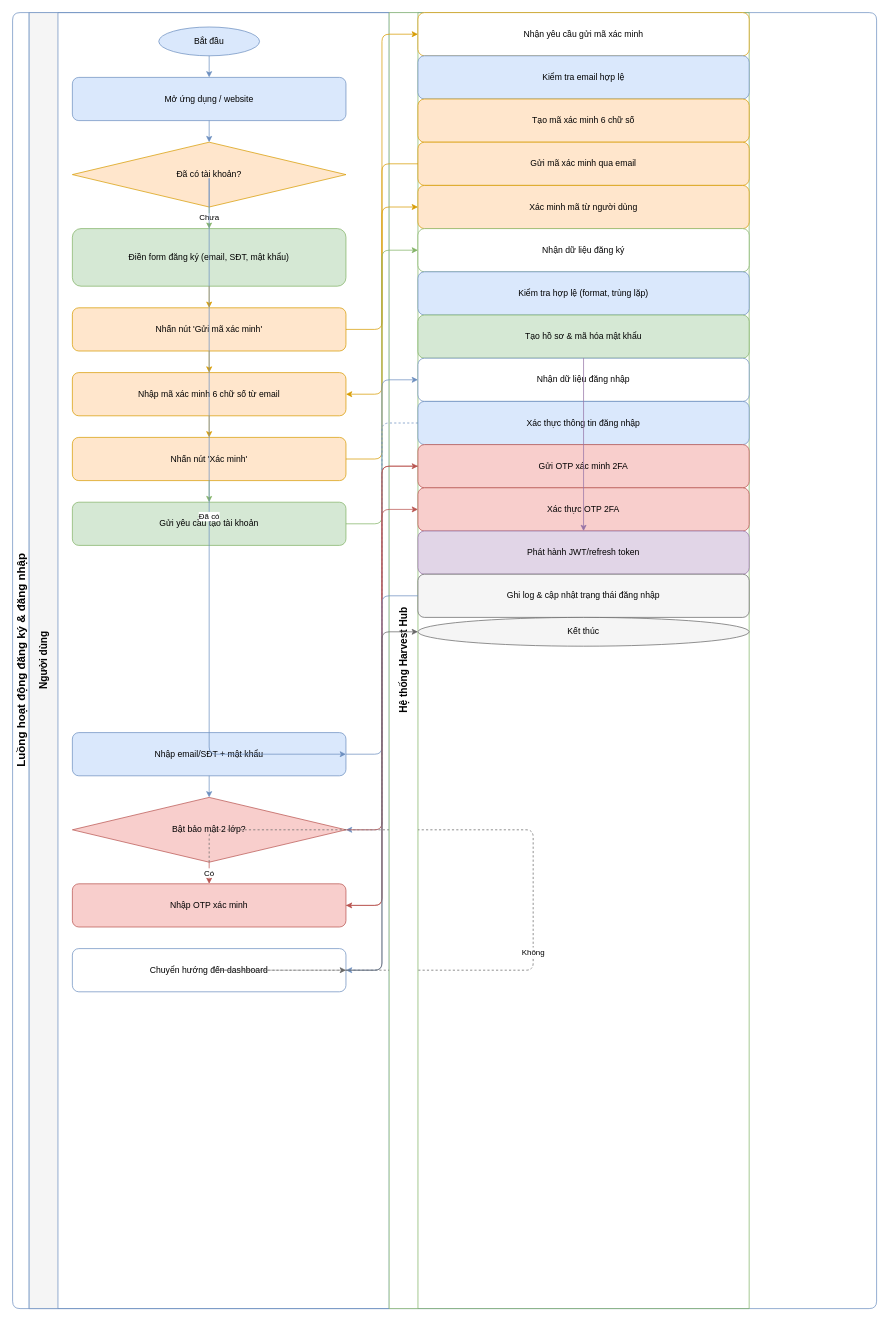
Before: so_do/bieu_do_hoat_dong_dangky_dangnhap.drawio in doanquanghung2003/harvest-hub-backend, a draw.io diagram. Source tidied: cells renumbered, new cells numbered last; positions are measured from the earlier drawing's top-left corner, leaving out a move shared by most shapes. Both pictures are drawn from the tidied source at 72%, with x=0, y=0 at pixel (12, 12).
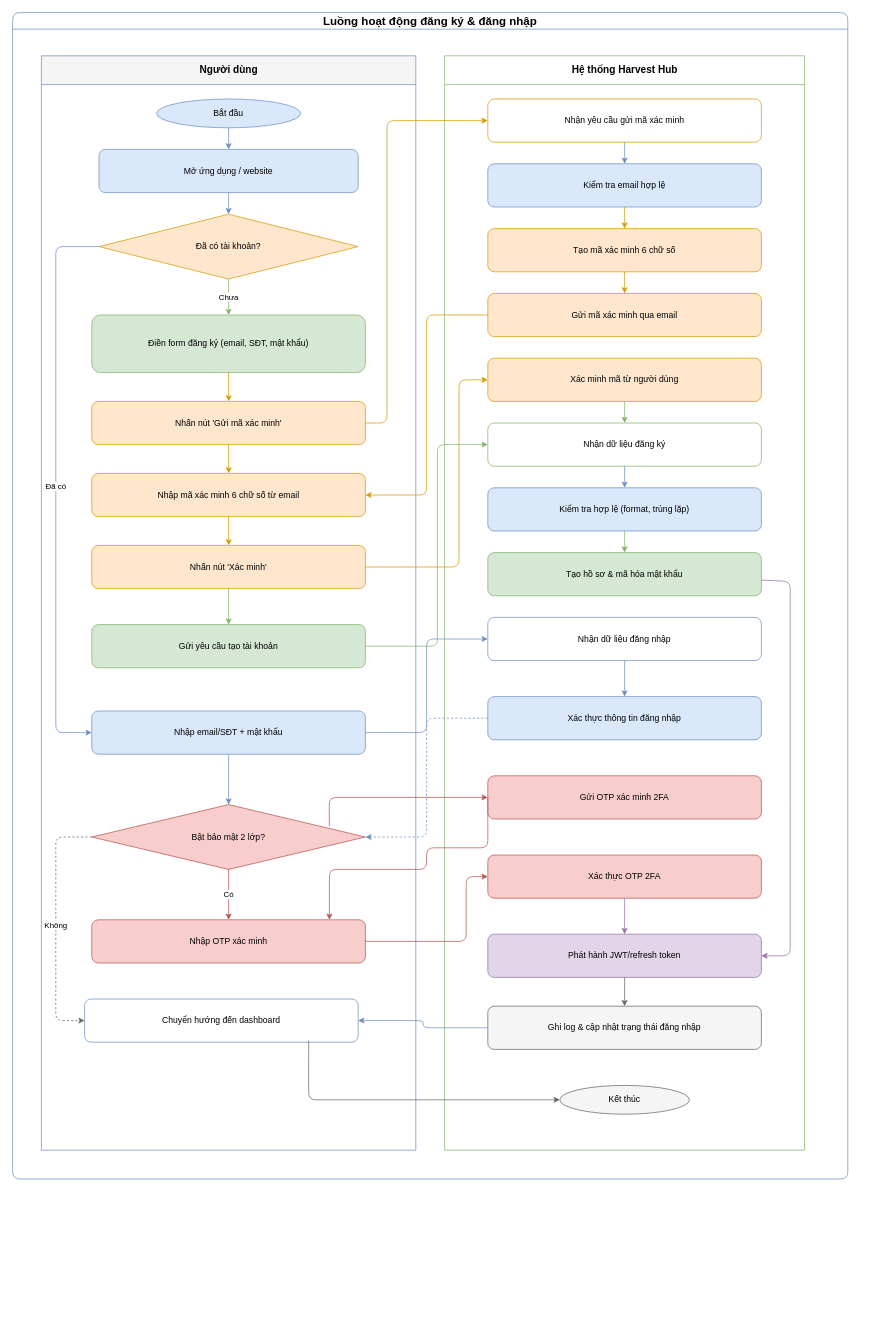
After the change.

Change to the diagram source:
```diff
@@
-    <mxCell id="2" value="Luồng hoạt động đăng ký &amp; đăng nhập" style="swimlane;horizontal=0;rounded=1;whiteSpace=wrap;html=1;fontSize=16;strokeColor=#6c8ebf;fillColor=#ffffff;" parent="1" vertex="1">
-      <mxGeometry width="1200" height="1800" as="geometry" />
+    <mxCell id="2" value="Luồng hoạt động đăng ký &amp; đăng nhập" style="swimlane;rounded=1;whiteSpace=wrap;html=1;fontSize=16;strokeColor=#6c8ebf;fillColor=#ffffff;" parent="1" vertex="1">
+      <mxGeometry width="1160" height="1620" as="geometry" />
     </mxCell>
-    <mxCell id="3" value="Người dùng" style="swimlane;horizontal=0;startSize=40;rounded=0;html=1;fontSize=14;strokeColor=#6c8ebf;fillColor=#f5f5f5;" parent="2" vertex="1">
-      <mxGeometry x="23" width="500" height="1800" as="geometry" />
+    <mxCell id="3" value="Người dùng" style="swimlane;startSize=40;rounded=0;html=1;fontSize=14;strokeColor=#6c8ebf;fillColor=#f5f5f5;" parent="2" vertex="1">
+      <mxGeometry x="40" y="60" width="520" height="1520" as="geometry" />
     </mxCell>
     <mxCell id="4" value="Bắt đầu" style="ellipse;whiteSpace=wrap;html=1;fillColor=#dae8fc;strokeColor=#6c8ebf;" parent="3" vertex="1">
-      <mxGeometry x="180" y="20" width="140" height="40" as="geometry" />
+      <mxGeometry x="160" y="60" width="200" height="40" as="geometry" />
     </mxCell>
     <mxCell id="5" value="Mở ứng dụng / website" style="rounded=1;whiteSpace=wrap;html=1;strokeColor=#6c8ebf;fillColor=#dae8fc;" parent="3" vertex="1">
-      <mxGeometry x="60" y="90" width="380" height="60" as="geometry" />
+      <mxGeometry x="80" y="130" width="360" height="60" as="geometry" />
     </mxCell>
     <mxCell id="6" value="Đã có tài khoản?" style="rhombus;whiteSpace=wrap;html=1;strokeColor=#d79b00;fillColor=#ffe6cc;" parent="3" vertex="1">
-      <mxGeometry x="60" y="180" width="380" height="90" as="geometry" />
+      <mxGeometry x="80" y="220" width="360" height="90" as="geometry" />
     </mxCell>
     <mxCell id="7" value="Điền form đăng ký (email, SĐT, mật khẩu)" style="rounded=1;whiteSpace=wrap;html=1;strokeColor=#82b366;fillColor=#d5e8d4;" parent="3" vertex="1">
-      <mxGeometry x="60" y="300" width="380" height="80" as="geometry" />
+      <mxGeometry x="70" y="360" width="380" height="80" as="geometry" />
     </mxCell>
     <mxCell id="8" value="Nhấn nút 'Gửi mã xác minh'" style="rounded=1;whiteSpace=wrap;html=1;strokeColor=#d79b00;fillColor=#ffe6cc;" parent="3" vertex="1">
-      <mxGeometry x="60" y="410" width="380" height="60" as="geometry" />
+      <mxGeometry x="70" y="480" width="380" height="60" as="geometry" />
     </mxCell>
     <mxCell id="9" value="Nhập mã xác minh 6 chữ số từ email" style="rounded=1;whiteSpace=wrap;html=1;strokeColor=#d79b00;fillColor=#ffe6cc;" parent="3" vertex="1">
-      <mxGeometry x="60" y="500" width="380" height="60" as="geometry" />
+      <mxGeometry x="70" y="580" width="380" height="60" as="geometry" />
     </mxCell>
     <mxCell id="10" value="Nhấn nút 'Xác minh'" style="rounded=1;whiteSpace=wrap;html=1;strokeColor=#d79b00;fillColor=#ffe6cc;" parent="3" vertex="1">
-      <mxGeometry x="60" y="590" width="380" height="60" as="geometry" />
+      <mxGeometry x="70" y="680" width="380" height="60" as="geometry" />
     </mxCell>
     <mxCell id="11" value="Gửi yêu cầu tạo tài khoản" style="rounded=1;whiteSpace=wrap;html=1;strokeColor=#82b366;fillColor=#d5e8d4;" parent="3" vertex="1">
-      <mxGeometry x="60" y="680" width="380" height="60" as="geometry" />
+      <mxGeometry x="70" y="790" width="380" height="60" as="geometry" />
     </mxCell>
     <mxCell id="12" value="Nhập email/SĐT + mật khẩu" style="rounded=1;whiteSpace=wrap;html=1;strokeColor=#6c8ebf;fillColor=#dae8fc;" parent="3" vertex="1">
-      <mxGeometry x="60" y="1000" width="380" height="60" as="geometry" />
+      <mxGeometry x="70" y="910" width="380" height="60" as="geometry" />
     </mxCell>
     <mxCell id="13" value="Bật bảo mật 2 lớp?" style="rhombus;whiteSpace=wrap;html=1;strokeColor=#b85450;fillColor=#f8cecc;" parent="3" vertex="1">
-      <mxGeometry x="60" y="1090" width="380" height="90" as="geometry" />
+      <mxGeometry x="70" y="1040" width="380" height="90" as="geometry" />
     </mxCell>
     <mxCell id="14" value="Nhập OTP xác minh" style="rounded=1;whiteSpace=wrap;html=1;strokeColor=#b85450;fillColor=#f8cecc;" parent="3" vertex="1">
-      <mxGeometry x="60" y="1210" width="380" height="60" as="geometry" />
+      <mxGeometry x="70" y="1200" width="380" height="60" as="geometry" />
     </mxCell>
     <mxCell id="15" value="Chuyển hướng đến dashboard" style="rounded=1;whiteSpace=wrap;html=1;strokeColor=#6c8ebf;fillColor=#ffffff;" parent="3" vertex="1">
-      <mxGeometry x="60" y="1300" width="380" height="60" as="geometry" />
+      <mxGeometry x="60" y="1310" width="380" height="60" as="geometry" />
     </mxCell>
@@
     <mxCell id="23" value="Đã có" style="endArrow=classic;html=1;strokeColor=#6c8ebf;" parent="3" edge="1" source="6" target="12">
       <mxGeometry relative="1" as="geometry">
         <Array as="points">
-          <mxPoint x="250" y="225" />
-          <mxPoint x="250" y="1030" />
+          <mxPoint x="20" y="265" />
+          <mxPoint x="20" y="940" />
         </Array>
       </mxGeometry>
     </mxCell>
@@
     <mxCell id="26" value="Không" style="endArrow=classic;html=1;strokeColor=#666666;dashed=1;" parent="3" edge="1" source="13" target="15">
       <mxGeometry relative="1" as="geometry">
         <Array as="points">
-          <mxPoint x="250" y="1135" />
-          <mxPoint x="700" y="1135" />
-          <mxPoint x="700" y="1330" />
-          <mxPoint x="250" y="1330" />
+          <mxPoint x="20" y="1085" />
+          <mxPoint x="20" y="1340" />
         </Array>
       </mxGeometry>
     </mxCell>
-    <mxCell id="27" value="Hệ thống Harvest Hub" style="swimlane;horizontal=0;startSize=40;rounded=0;html=1;fontSize=14;strokeColor=#82b366;fillColor=#ffffff;" parent="2" vertex="1">
-      <mxGeometry x="523" width="500" height="1800" as="geometry" />
+    <mxCell id="27" value="Hệ thống Harvest Hub" style="swimlane;startSize=40;rounded=0;html=1;fontSize=14;strokeColor=#82b366;fillColor=#ffffff;" parent="2" vertex="1">
+      <mxGeometry x="600" y="60" width="500" height="1520" as="geometry" />
     </mxCell>
     <mxCell id="28" value="Nhận yêu cầu gửi mã xác minh" style="rounded=1;whiteSpace=wrap;html=1;strokeColor=#d79b00;fillColor=#ffffff;" parent="27" vertex="1">
-      <mxGeometry x="40" width="460" height="60" as="geometry" />
+      <mxGeometry x="60" y="60" width="380" height="60" as="geometry" />
     </mxCell>
     <mxCell id="29" value="Kiểm tra email hợp lệ" style="rounded=1;whiteSpace=wrap;html=1;strokeColor=#6c8ebf;fillColor=#dae8fc;" parent="27" vertex="1">
-      <mxGeometry x="40" y="60" width="460" height="60" as="geometry" />
+      <mxGeometry x="60" y="150" width="380" height="60" as="geometry" />
     </mxCell>
     <mxCell id="30" value="Tạo mã xác minh 6 chữ số" style="rounded=1;whiteSpace=wrap;html=1;strokeColor=#d79b00;fillColor=#ffe6cc;" parent="27" vertex="1">
-      <mxGeometry x="40" y="120" width="460" height="60" as="geometry" />
+      <mxGeometry x="60" y="240" width="380" height="60" as="geometry" />
     </mxCell>
     <mxCell id="31" value="Gửi mã xác minh qua email" style="rounded=1;whiteSpace=wrap;html=1;strokeColor=#d79b00;fillColor=#ffe6cc;" parent="27" vertex="1">
-      <mxGeometry x="40" y="180" width="460" height="60" as="geometry" />
+      <mxGeometry x="60" y="330" width="380" height="60" as="geometry" />
     </mxCell>
     <mxCell id="32" value="Xác minh mã từ người dùng" style="rounded=1;whiteSpace=wrap;html=1;strokeColor=#d79b00;fillColor=#ffe6cc;" parent="27" vertex="1">
-      <mxGeometry x="40" y="240" width="460" height="60" as="geometry" />
+      <mxGeometry x="60" y="420" width="380" height="60" as="geometry" />
     </mxCell>
     <mxCell id="33" value="Nhận dữ liệu đăng ký" style="rounded=1;whiteSpace=wrap;html=1;strokeColor=#82b366;fillColor=#ffffff;" parent="27" vertex="1">
-      <mxGeometry x="40" y="300" width="460" height="60" as="geometry" />
+      <mxGeometry x="60" y="510" width="380" height="60" as="geometry" />
     </mxCell>
     <mxCell id="34" value="Kiểm tra hợp lệ (format, trùng lặp)" style="rounded=1;whiteSpace=wrap;html=1;strokeColor=#6c8ebf;fillColor=#dae8fc;" parent="27" vertex="1">
-      <mxGeometry x="40" y="360" width="460" height="60" as="geometry" />
+      <mxGeometry x="60" y="600" width="380" height="60" as="geometry" />
     </mxCell>
     <mxCell id="35" value="Tạo hồ sơ &amp; mã hóa mật khẩu" style="rounded=1;whiteSpace=wrap;html=1;strokeColor=#82b366;fillColor=#d5e8d4;" parent="27" vertex="1">
-      <mxGeometry x="40" y="420" width="460" height="60" as="geometry" />
+      <mxGeometry x="60" y="690" width="380" height="60" as="geometry" />
     </mxCell>
     <mxCell id="36" value="Nhận dữ liệu đăng nhập" style="rounded=1;whiteSpace=wrap;html=1;strokeColor=#6c8ebf;fillColor=#ffffff;" parent="27" vertex="1">
-      <mxGeometry x="40" y="480" width="460" height="60" as="geometry" />
+      <mxGeometry x="60" y="780" width="380" height="60" as="geometry" />
     </mxCell>
     <mxCell id="37" value="Xác thực thông tin đăng nhập" style="rounded=1;whiteSpace=wrap;html=1;strokeColor=#6c8ebf;fillColor=#dae8fc;" parent="27" vertex="1">
-      <mxGeometry x="40" y="540" width="460" height="60" as="geometry" />
+      <mxGeometry x="60" y="890" width="380" height="60" as="geometry" />
     </mxCell>
     <mxCell id="38" value="Gửi OTP xác minh 2FA" style="rounded=1;whiteSpace=wrap;html=1;strokeColor=#b85450;fillColor=#f8cecc;" parent="27" vertex="1">
-      <mxGeometry x="40" y="600" width="460" height="60" as="geometry" />
+      <mxGeometry x="60" y="1000" width="380" height="60" as="geometry" />
     </mxCell>
     <mxCell id="39" value="Xác thực OTP 2FA" style="rounded=1;whiteSpace=wrap;html=1;strokeColor=#b85450;fillColor=#f8cecc;" parent="27" vertex="1">
-      <mxGeometry x="40" y="660" width="460" height="60" as="geometry" />
+      <mxGeometry x="60" y="1110" width="380" height="60" as="geometry" />
     </mxCell>
     <mxCell id="40" value="Phát hành JWT/refresh token" style="rounded=1;whiteSpace=wrap;html=1;strokeColor=#9673a6;fillColor=#e1d5e7;" parent="27" vertex="1">
-      <mxGeometry x="40" y="720" width="460" height="60" as="geometry" />
+      <mxGeometry x="60" y="1220" width="380" height="60" as="geometry" />
     </mxCell>
     <mxCell id="41" value="Ghi log &amp; cập nhật trạng thái đăng nhập" style="rounded=1;whiteSpace=wrap;html=1;strokeColor=#666666;fillColor=#f5f5f5;" parent="27" vertex="1">
-      <mxGeometry x="40" y="780" width="460" height="60" as="geometry" />
+      <mxGeometry x="60" y="1320" width="380" height="60" as="geometry" />
     </mxCell>
     <mxCell id="42" value="Kết thúc" style="ellipse;whiteSpace=wrap;html=1;fillColor=#f5f5f5;strokeColor=#666666;" parent="27" vertex="1">
-      <mxGeometry x="40" y="840" width="460" height="40" as="geometry" />
+      <mxGeometry x="160" y="1430" width="180" height="40" as="geometry" />
     </mxCell>
@@
     <mxCell id="49" style="endArrow=classic;html=1;strokeColor=#9673a6;" parent="27" edge="1" source="35" target="40">
-      <mxGeometry relative="1" as="geometry" />
+      <mxGeometry relative="1" as="geometry">
+        <Array as="points">
+          <mxPoint x="480" y="730" />
+          <mxPoint x="480" y="1050" />
+          <mxPoint x="480" y="1250" />
+        </Array>
+      </mxGeometry>
     </mxCell>
@@
     <mxCell id="53" style="edgeStyle=orthogonalEdgeStyle;endArrow=classic;html=1;strokeColor=#d79b00;entryX=0;entryY=0.5;exitX=1;exitY=0.5;" parent="2" edge="1" source="8" target="28">
-      <mxGeometry relative="1" as="geometry" />
+      <mxGeometry relative="1" as="geometry">
+        <Array as="points">
+          <mxPoint x="520" y="570" />
+          <mxPoint x="520" y="150" />
+        </Array>
+      </mxGeometry>
     </mxCell>
@@
     <mxCell id="55" style="edgeStyle=orthogonalEdgeStyle;endArrow=classic;html=1;strokeColor=#d79b00;entryX=0;entryY=0.5;exitX=1;exitY=0.5;" parent="2" edge="1" source="10" target="32">
-      <mxGeometry relative="1" as="geometry" />
+      <mxGeometry relative="1" as="geometry">
+        <Array as="points">
+          <mxPoint x="620" y="770" />
+          <mxPoint x="620" y="510" />
+        </Array>
+      </mxGeometry>
     </mxCell>
     <mxCell id="56" style="edgeStyle=orthogonalEdgeStyle;endArrow=classic;html=1;strokeColor=#82b366;entryX=0;entryY=0.5;exitX=1;exitY=0.5;" parent="2" edge="1" source="11" target="33">
-      <mxGeometry relative="1" as="geometry" />
+      <mxGeometry relative="1" as="geometry">
+        <Array as="points">
+          <mxPoint x="590" y="880" />
+          <mxPoint x="590" y="600" />
+        </Array>
+      </mxGeometry>
     </mxCell>
@@
-    <mxCell id="59" style="edgeStyle=orthogonalEdgeStyle;endArrow=classic;html=1;strokeColor=#b85450;entryX=0;entryY=0.5;exitX=1;exitY=0.5;" parent="2" edge="1" source="13" target="38">
-      <mxGeometry relative="1" as="geometry" />
+    <mxCell id="59" style="edgeStyle=orthogonalEdgeStyle;endArrow=classic;html=1;strokeColor=#b85450;entryX=0;entryY=0.5;exitX=0.868;exitY=0.333;exitDx=0;exitDy=0;exitPerimeter=0;" parent="2" edge="1" source="13" target="38">
+      <mxGeometry relative="1" as="geometry">
+        <Array as="points">
+          <mxPoint x="440" y="1090" />
+        </Array>
+      </mxGeometry>
     </mxCell>
-    <mxCell id="60" style="edgeStyle=orthogonalEdgeStyle;endArrow=classic;html=1;strokeColor=#b85450;entryX=1;entryY=0.5;exitX=0;exitY=0.5;" parent="2" edge="1" source="38" target="14">
-      <mxGeometry relative="1" as="geometry" />
+    <mxCell id="60" style="edgeStyle=orthogonalEdgeStyle;endArrow=classic;html=1;strokeColor=#b85450;exitX=0;exitY=0.5;" parent="2" edge="1" source="38">
+      <mxGeometry relative="1" as="geometry">
+        <mxPoint x="440" y="1260" as="targetPoint" />
+        <Array as="points">
+          <mxPoint x="660" y="1160" />
+          <mxPoint x="575" y="1160" />
+          <mxPoint x="575" y="1190" />
+          <mxPoint x="440" y="1190" />
+        </Array>
+      </mxGeometry>
     </mxCell>
     <mxCell id="61" style="edgeStyle=orthogonalEdgeStyle;endArrow=classic;html=1;strokeColor=#b85450;entryX=0;entryY=0.5;exitX=1;exitY=0.5;" parent="2" edge="1" source="14" target="39">
-      <mxGeometry relative="1" as="geometry" />
+      <mxGeometry relative="1" as="geometry">
+        <Array as="points">
+          <mxPoint x="630" y="1290" />
+          <mxPoint x="630" y="1200" />
+        </Array>
+      </mxGeometry>
     </mxCell>
@@
-    <mxCell id="63" style="edgeStyle=orthogonalEdgeStyle;endArrow=classic;html=1;strokeColor=#666666;entryX=0;entryY=0.5;exitX=1;exitY=0.5;" parent="2" edge="1" source="15" target="42">
-      <mxGeometry relative="1" as="geometry" />
+    <mxCell id="63" style="edgeStyle=orthogonalEdgeStyle;endArrow=classic;html=1;strokeColor=#666666;entryX=0;entryY=0.5;exitX=0.819;exitY=0.964;exitDx=0;exitDy=0;exitPerimeter=0;" parent="2" edge="1" source="15" target="42">
+      <mxGeometry relative="1" as="geometry">
+        <Array as="points">
+          <mxPoint x="411" y="1510" />
+        </Array>
+      </mxGeometry>
     </mxCell>
```
